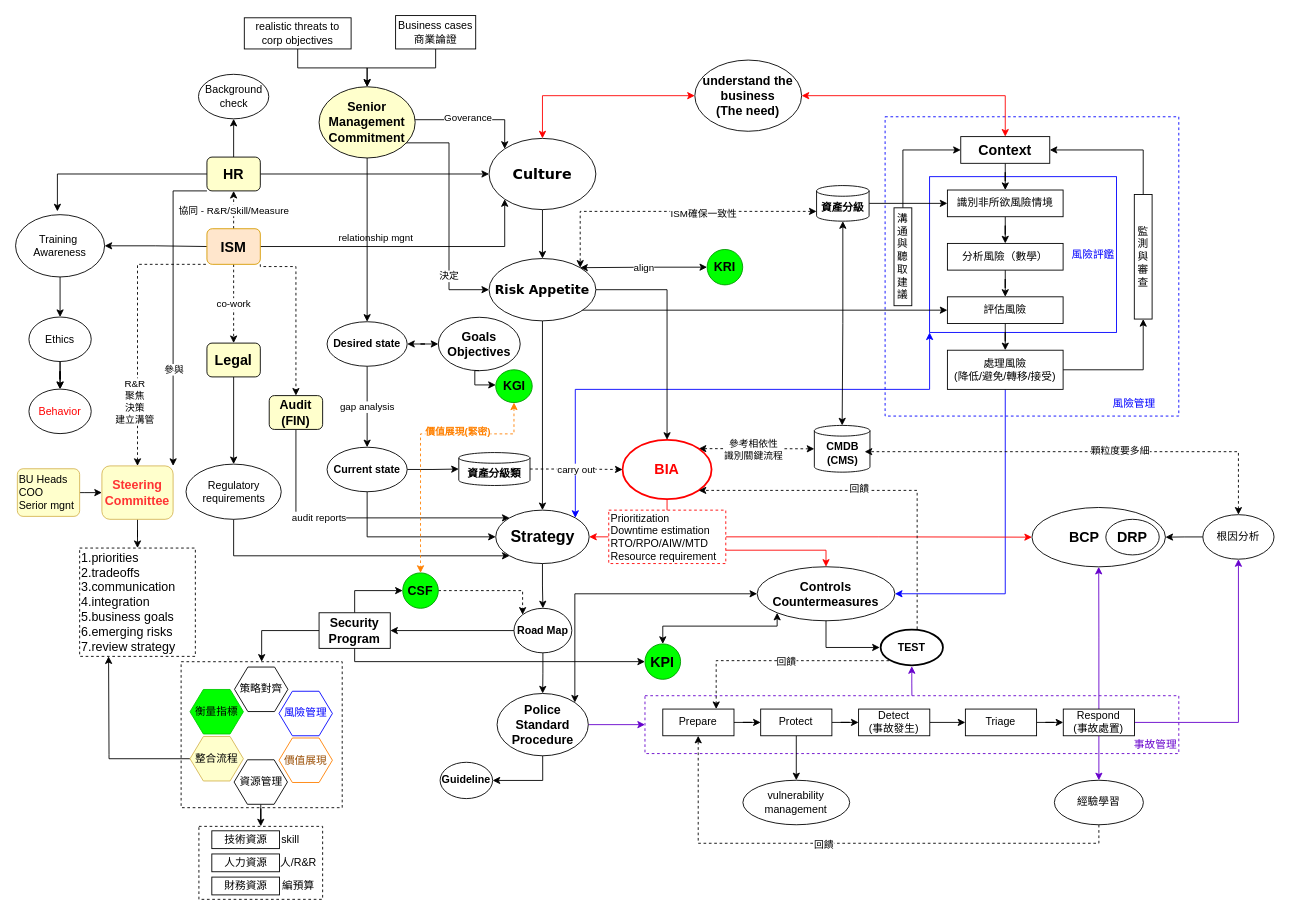
The draw.io diagram CISM.drawio in digipenguin/machinelearn-ndu, before the edit. Source tidied: cells renumbered, new cells numbered last; positions are measured from the earlier drawing's top-left corner, leaving out a move shared by most shapes. Both pictures are drawn from the tidied source at 89%, with x=0, y=0 at pixel (15, 15).
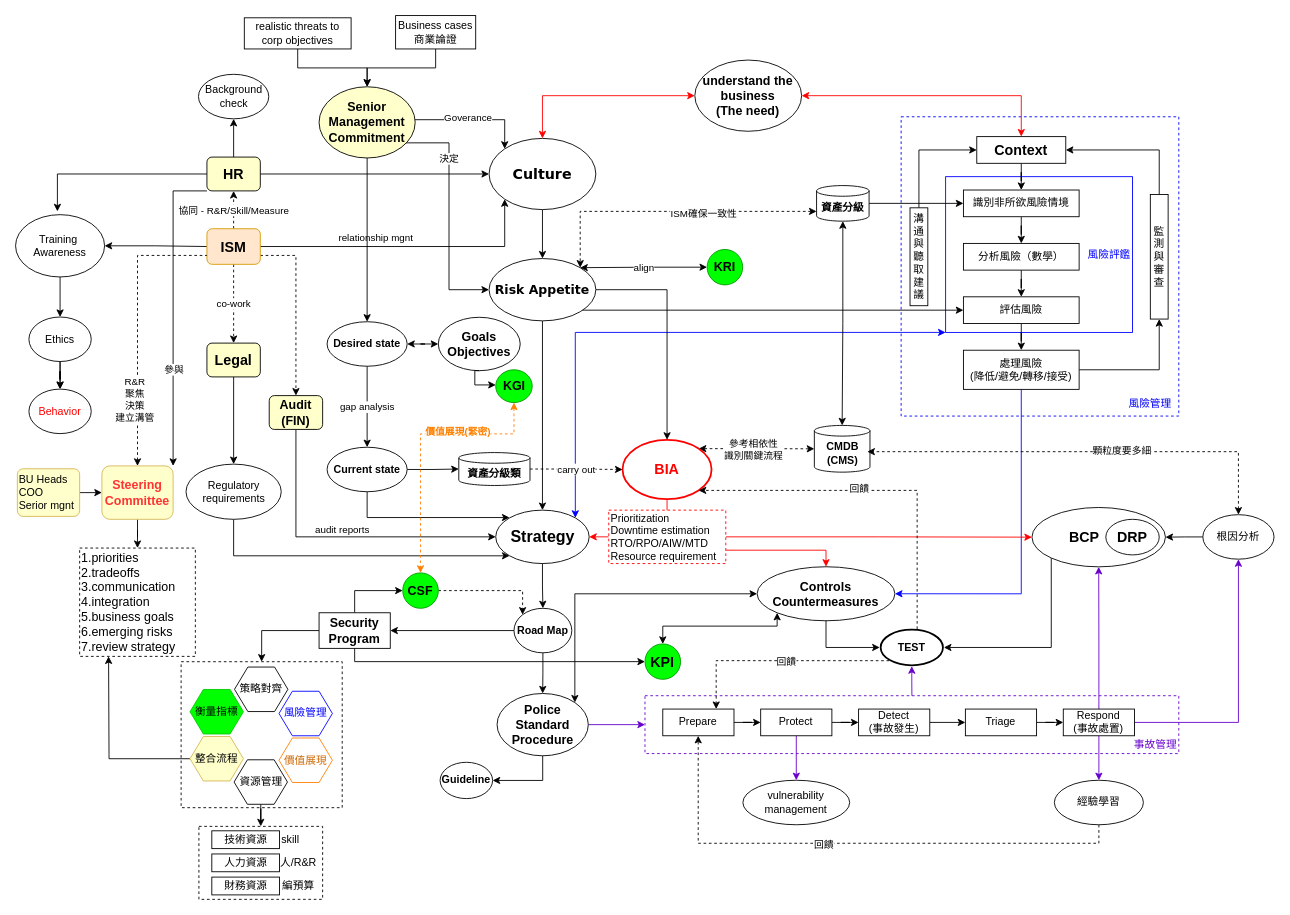
The same diagram, later.

The change refers to these unchanged cells:
```xml
<mxCell id="15" value="&lt;span&gt;&lt;font size=&quot;1&quot;&gt;&lt;b style=&quot;font-size: 14px&quot;&gt;Risk Appetite&lt;/b&gt;&lt;/font&gt;&lt;/span&gt;" style="ellipse;whiteSpace=wrap;html=1;rounded=0;shadow=0;comic=0;labelBackgroundColor=none;strokeWidth=1;fontFamily=Verdana;fontSize=12;align=center;" parent="1" vertex="1">
  <mxGeometry x="532" y="273" width="120" height="70" as="geometry" />
</mxCell>
<mxCell id="17" value="&lt;b&gt;&lt;font style=&quot;font-size: 18px&quot;&gt;Strategy&lt;/font&gt;&lt;/b&gt;" style="ellipse;whiteSpace=wrap;html=1;" parent="1" vertex="1">
  <mxGeometry x="539.5" y="555.7" width="105" height="60" as="geometry" />
</mxCell>
<mxCell id="31" value="&lt;b&gt;&lt;font style=&quot;font-size: 16px&quot;&gt;ISM&lt;/font&gt;&lt;/b&gt;" style="rounded=1;whiteSpace=wrap;html=1;fillColor=#ffe6cc;strokeColor=#d79b00;" parent="1" vertex="1">
  <mxGeometry x="215" y="239.5" width="60" height="40" as="geometry" />
</mxCell>
<mxCell id="56" value="Protect" style="rounded=0;whiteSpace=wrap;html=1;strokeColor=#000000;fillColor=#FFFFFF;" parent="1" vertex="1">
  <mxGeometry x="837.2" y="779.2" width="80" height="30" as="geometry" />
</mxCell>
<mxCell id="74" value="&lt;blockquote style=&quot;margin: 0 0 0 40px ; border: none ; padding: 0px&quot;&gt;&lt;font style=&quot;font-size: 16px&quot;&gt;&lt;b&gt;BCP&lt;/b&gt;&lt;/font&gt;&lt;/blockquote&gt;" style="ellipse;whiteSpace=wrap;html=1;strokeColor=#000000;fillColor=#FFFFFF;align=left;" parent="1" vertex="1">
  <mxGeometry x="1142" y="552.7" width="150" height="66.7" as="geometry" />
</mxCell>
<mxCell id="76" value="vulnerability&lt;br&gt;management" style="ellipse;whiteSpace=wrap;html=1;strokeColor=#000000;fillColor=#FFFFFF;" parent="1" vertex="1">
  <mxGeometry x="817.2" y="859.2" width="120" height="50" as="geometry" />
</mxCell>
<mxCell id="83" value="&lt;b&gt;Current state&lt;/b&gt;" style="ellipse;whiteSpace=wrap;html=1;strokeColor=#000000;fillColor=#FFFFFF;" parent="1" vertex="1">
  <mxGeometry x="350" y="485" width="90" height="50" as="geometry" />
</mxCell>
<mxCell id="90" value="根因分析" style="ellipse;whiteSpace=wrap;html=1;strokeColor=#000000;fillColor=#FFFFFF;" parent="1" vertex="1">
  <mxGeometry x="1334" y="560.8" width="80" height="50" as="geometry" />
</mxCell>
<mxCell id="98" value="&lt;b&gt;&lt;font style=&quot;font-size: 14px&quot;&gt;Controls&lt;br&gt;Countermeasures&lt;br&gt;&lt;/font&gt;&lt;/b&gt;" style="ellipse;whiteSpace=wrap;html=1;strokeColor=#000000;fillColor=none;gradientColor=none;" parent="1" vertex="1">
  <mxGeometry x="833.2" y="619.3" width="154.8" height="60.7" as="geometry" />
</mxCell>
<mxCell id="105" value="&lt;b&gt;資產分級&lt;/b&gt;" style="shape=cylinder3;whiteSpace=wrap;html=1;boundedLbl=1;backgroundOutline=1;size=6;fillColor=#FFFFFF;" parent="1" vertex="1">
  <mxGeometry x="900" y="191" width="59" height="40" as="geometry" />
</mxCell>
<mxCell id="108" value="&lt;b style=&quot;font-size: 14px&quot;&gt;Senior&lt;br&gt;Management&lt;br&gt;Commitment&lt;/b&gt;" style="ellipse;whiteSpace=wrap;html=1;fillColor=#FFFFCC;" parent="1" vertex="1">
  <mxGeometry x="341" y="80" width="108" height="80" as="geometry" />
</mxCell>
<mxCell id="115" value="&lt;font style=&quot;font-size: 14px&quot;&gt;&lt;b&gt;understand the business&lt;br&gt;(The need)&lt;br&gt;&lt;/b&gt;&lt;/font&gt;" style="ellipse;whiteSpace=wrap;html=1;" parent="1" vertex="1">
  <mxGeometry x="763.2" y="50" width="120" height="80" as="geometry" />
</mxCell>
<mxCell id="121" value="&lt;b style=&quot;font-size: 14px&quot;&gt;&lt;font color=&quot;#ff3333&quot;&gt;Steering&lt;br&gt;Committee&lt;/font&gt;&lt;/b&gt;" style="rounded=1;whiteSpace=wrap;html=1;strokeColor=#d6b656;fillColor=#FFFFCC;" parent="1" vertex="1">
  <mxGeometry x="97" y="506" width="80" height="60" as="geometry" />
</mxCell>
<mxCell id="126" value="&lt;b style=&quot;font-size: 14px&quot;&gt;&lt;font style=&quot;font-size: 14px&quot;&gt;Audit&lt;br&gt;(FIN)&lt;br&gt;&lt;/font&gt;&lt;/b&gt;" style="rounded=1;whiteSpace=wrap;html=1;fillColor=#FFFFCC;" parent="1" vertex="1">
  <mxGeometry x="285" y="427" width="60" height="38" as="geometry" />
</mxCell>
<mxCell id="144" value="&lt;b&gt;TEST&lt;/b&gt;" style="ellipse;whiteSpace=wrap;html=1;perimeterSpacing=1;strokeWidth=2;" parent="1" vertex="1">
  <mxGeometry x="972" y="690" width="70" height="40" as="geometry" />
</mxCell>
```

What changed in the source:
```diff
@@
     <mxCell id="4" value="&lt;div style=&quot;text-align: justify&quot;&gt;&lt;/div&gt;" style="rounded=0;whiteSpace=wrap;html=1;align=right;strokeColor=#0000FF;dashed=1;" parent="1" vertex="1">
-      <mxGeometry x="977" y="113.7" width="330" height="336.3" as="geometry" />
+      <mxGeometry x="995" y="113.7" width="312" height="336.3" as="geometry" />
     </mxCell>
@@
     <mxCell id="6" style="edgeStyle=orthogonalEdgeStyle;rounded=0;jettySize=auto;html=1;entryX=1;entryY=0;entryDx=0;entryDy=0;startArrow=classic;startFill=1;endArrow=classic;endFill=1;exitX=0;exitY=1;exitDx=0;exitDy=0;strokeColor=#0000FF;" parent="1" edge="1" source="7" target="17">
       <mxGeometry relative="1" as="geometry">
         <Array as="points">
-          <mxPoint x="1027" y="420" />
-          <mxPoint x="629" y="420" />
+          <mxPoint x="629" y="356" />
         </Array>
       </mxGeometry>
     </mxCell>
     <mxCell id="7" value="&lt;font color=&quot;#0000ff&quot;&gt;風險評鑑&lt;/font&gt;" style="rounded=0;whiteSpace=wrap;html=1;fillColor=#FFFFFF;align=right;strokeColor=#0000FF;" parent="1" vertex="1">
-      <mxGeometry x="1027" y="181" width="210" height="175" as="geometry" />
+      <mxGeometry x="1045" y="181" width="210" height="175" as="geometry" />
     </mxCell>
@@
-    <mxCell id="30" style="edgeStyle=orthogonalEdgeStyle;rounded=0;jettySize=auto;html=1;entryX=0.5;entryY=0;entryDx=0;entryDy=0;dashed=1;exitX=1;exitY=1;exitDx=0;exitDy=0;" parent="1" edge="1" source="31" target="126">
+    <mxCell id="30" style="edgeStyle=orthogonalEdgeStyle;rounded=0;jettySize=auto;html=1;entryX=0.5;entryY=0;entryDx=0;entryDy=0;dashed=1;exitX=1;exitY=0.75;exitDx=0;exitDy=0;" parent="1" edge="1" source="31" target="126">
       <mxGeometry relative="1" as="geometry">
         <Array as="points">
-          <mxPoint x="275" y="282" />
-          <mxPoint x="315" y="282" />
+          <mxPoint x="315" y="270" />
         </Array>
       </mxGeometry>
     </mxCell>
@@
     <mxCell id="38" value="&lt;b&gt;&lt;font style=&quot;font-size: 16px&quot;&gt;Context&lt;/font&gt;&lt;/b&gt;" style="rounded=0;whiteSpace=wrap;html=1;fillColor=#FFFFFF;" parent="1" vertex="1">
-      <mxGeometry x="1062" y="136" width="100" height="30" as="geometry" />
+      <mxGeometry x="1080" y="136" width="100" height="30" as="geometry" />
     </mxCell>
@@
     <mxCell id="40" value="識別非所欲風險情境" style="rounded=0;whiteSpace=wrap;html=1;fillColor=#FFFFFF;" parent="1" vertex="1">
-      <mxGeometry x="1047" y="196" width="130" height="30" as="geometry" />
+      <mxGeometry x="1065" y="196" width="130" height="30" as="geometry" />
     </mxCell>
@@
     <mxCell id="42" value="分析風險（數學）" style="rounded=0;whiteSpace=wrap;html=1;fillColor=#FFFFFF;" parent="1" vertex="1">
-      <mxGeometry x="1047" y="256" width="130" height="30" as="geometry" />
+      <mxGeometry x="1065" y="256" width="130" height="30" as="geometry" />
     </mxCell>
@@
     <mxCell id="44" value="評估風險" style="rounded=0;whiteSpace=wrap;html=1;fillColor=#FFFFFF;" parent="1" vertex="1">
-      <mxGeometry x="1047" y="316" width="130" height="30" as="geometry" />
+      <mxGeometry x="1065" y="316" width="130" height="30" as="geometry" />
     </mxCell>
@@
     <mxCell id="46" style="edgeStyle=orthogonalEdgeStyle;rounded=0;jettySize=auto;html=1;entryX=1;entryY=0.5;entryDx=0;entryDy=0;startArrow=none;startFill=0;endArrow=classic;endFill=1;exitX=0.5;exitY=1;exitDx=0;exitDy=0;strokeColor=#0000FF;" parent="1" edge="1" source="47" target="98">
       <mxGeometry relative="1" as="geometry">
         <Array as="points">
-          <mxPoint x="1112" y="650" />
+          <mxPoint x="1130" y="650" />
         </Array>
       </mxGeometry>
     </mxCell>
     <mxCell id="47" value="處理風險&lt;br&gt;(降低/避免/轉移/接受)" style="rounded=0;whiteSpace=wrap;html=1;fillColor=#FFFFFF;" parent="1" vertex="1">
-      <mxGeometry x="1047" y="376" width="130" height="44" as="geometry" />
+      <mxGeometry x="1065" y="376" width="130" height="44" as="geometry" />
     </mxCell>
     <mxCell id="48" style="edgeStyle=orthogonalEdgeStyle;rounded=0;jettySize=auto;html=1;entryX=0;entryY=0.5;entryDx=0;entryDy=0;exitX=0.5;exitY=0;exitDx=0;exitDy=0;" parent="1" edge="1" source="49" target="38">
       <mxGeometry relative="1" as="geometry">
         <Array as="points">
-          <mxPoint x="997" y="151" />
+          <mxPoint x="1015" y="151" />
         </Array>
       </mxGeometry>
     </mxCell>
     <mxCell id="49" value="溝通與聽取建議" style="rounded=0;whiteSpace=wrap;html=1;fillColor=#FFFFFF;" parent="1" vertex="1">
-      <mxGeometry x="987" y="216" width="20" height="110" as="geometry" />
+      <mxGeometry x="1005" y="216" width="20" height="110" as="geometry" />
     </mxCell>
     <mxCell id="50" style="edgeStyle=orthogonalEdgeStyle;rounded=0;jettySize=auto;html=1;entryX=1;entryY=0.5;entryDx=0;entryDy=0;" parent="1" edge="1" source="51" target="38">
       <mxGeometry relative="1" as="geometry">
         <Array as="points">
-          <mxPoint x="1267" y="151" />
+          <mxPoint x="1285" y="151" />
         </Array>
       </mxGeometry>
     </mxCell>
     <mxCell id="51" value="監測與審查" style="rounded=0;whiteSpace=wrap;html=1;fillColor=#FFFFFF;" parent="1" vertex="1">
-      <mxGeometry x="1257" y="201" width="20" height="140" as="geometry" />
+      <mxGeometry x="1275" y="201" width="20" height="140" as="geometry" />
     </mxCell>
@@
-    <mxCell id="55" style="edgeStyle=orthogonalEdgeStyle;rounded=0;jettySize=auto;html=1;startArrow=none;startFill=0;endArrow=classic;endFill=1;" parent="1" edge="1" source="56" target="76">
+    <mxCell id="55" style="edgeStyle=orthogonalEdgeStyle;rounded=0;jettySize=auto;html=1;startArrow=none;startFill=0;endArrow=classic;endFill=1;strokeColor=#6600CC;" parent="1" edge="1" source="56" target="76">
       <mxGeometry relative="1" as="geometry" />
     </mxCell>
@@
+    <mxCell id="167" style="edgeStyle=orthogonalEdgeStyle;rounded=0;jettySize=auto;html=1;exitX=0;exitY=1;exitDx=0;exitDy=0;entryX=1;entryY=0.5;entryDx=0;entryDy=0;" parent="1" edge="1" source="74" target="144">
+      <mxGeometry relative="1" as="geometry">
+        <Array as="points">
+          <mxPoint x="1164" y="710" />
+        </Array>
+      </mxGeometry>
+    </mxCell>
@@
-    <mxCell id="81" style="edgeStyle=orthogonalEdgeStyle;rounded=0;jettySize=auto;html=1;entryX=0;entryY=0.5;entryDx=0;entryDy=0;startArrow=none;startFill=0;endArrow=classic;endFill=1;exitX=0.5;exitY=1;exitDx=0;exitDy=0;" parent="1" edge="1" source="83" target="17">
+    <mxCell id="81" style="edgeStyle=orthogonalEdgeStyle;rounded=0;jettySize=auto;html=1;startArrow=none;startFill=0;endArrow=classic;endFill=1;exitX=0.5;exitY=1;exitDx=0;exitDy=0;" parent="1" edge="1" source="83">
       <mxGeometry relative="1" as="geometry">
+        <mxPoint x="555" y="564" as="targetPoint" />
         <Array as="points">
-          <mxPoint x="395" y="586" />
+          <mxPoint x="395" y="564" />
         </Array>
       </mxGeometry>
     </mxCell>
@@
     <mxCell id="87" style="edgeStyle=orthogonalEdgeStyle;rounded=0;jettySize=auto;html=1;startArrow=classic;startFill=1;endArrow=classic;endFill=1;strokeColor=#000000;dashed=1;exitX=0.5;exitY=0;exitDx=0;exitDy=0;" parent="1" edge="1" source="90">
       <mxGeometry relative="1" as="geometry">
-        <mxPoint x="954" y="490" as="targetPoint" />
+        <mxPoint x="957" y="490" as="targetPoint" />
         <Array as="points">
           <mxPoint x="1374" y="490" />
         </Array>
       </mxGeometry>
     </mxCell>
@@
     <mxCell id="93" value="決定" style="edgeStyle=orthogonalEdgeStyle;rounded=0;jettySize=auto;html=1;startArrow=none;startFill=0;endArrow=classic;endFill=1;entryX=0;entryY=0.5;entryDx=0;entryDy=0;exitX=1;exitY=1;exitDx=0;exitDy=0;" parent="1" edge="1" source="108" target="15">
-      <mxGeometry x="0.55" relative="1" as="geometry">
+      <mxGeometry x="-0.43" relative="1" as="geometry">
         <Array as="points">
           <mxPoint x="433" y="143" />
           <mxPoint x="487" y="143" />
           <mxPoint x="487" y="308" />
         </Array>
       </mxGeometry>
     </mxCell>
@@
-    <mxCell id="102" style="edgeStyle=orthogonalEdgeStyle;rounded=0;jettySize=auto;html=1;entryX=0;entryY=0.5;entryDx=0;entryDy=0;startArrow=none;startFill=0;endArrow=classic;endFill=1;strokeColor=#000000;" parent="1" edge="1" source="105" target="40">
+    <mxCell id="102" style="edgeStyle=orthogonalEdgeStyle;rounded=0;jettySize=auto;html=1;entryX=0;entryY=0.5;entryDx=0;entryDy=0;startArrow=none;startFill=0;endArrow=classic;endFill=1;strokeColor=#000000;exitX=1;exitY=0.5;exitDx=0;exitDy=0;exitPerimeter=0;" parent="1" edge="1" source="105" target="40">
       <mxGeometry relative="1" as="geometry" />
     </mxCell>
@@
     <mxCell id="114" value="&lt;font color=&quot;#0000ff&quot;&gt;風險管理&lt;/font&gt;" style="text;html=1;strokeColor=none;fillColor=none;align=center;verticalAlign=middle;whiteSpace=wrap;rounded=0;dashed=1;rotation=0;" parent="1" vertex="1">
-      <mxGeometry x="1226.8" y="426" width="60.2" height="20" as="geometry" />
+      <mxGeometry x="1244.8" y="426" width="60.2" height="20" as="geometry" />
     </mxCell>
@@
     <mxCell id="116" style="edgeStyle=orthogonalEdgeStyle;rounded=0;jettySize=auto;html=1;exitX=0.5;exitY=0;exitDx=0;exitDy=0;startArrow=classic;startFill=1;endArrow=classic;endFill=1;strokeColor=#FF0000;" parent="1" edge="1" source="38" target="115">
       <mxGeometry relative="1" as="geometry">
         <Array as="points">
-          <mxPoint x="1112" y="90" />
+          <mxPoint x="1130" y="90" />
         </Array>
       </mxGeometry>
     </mxCell>
@@
-    <mxCell id="118" style="edgeStyle=orthogonalEdgeStyle;rounded=0;jettySize=auto;html=1;entryX=0;entryY=1;entryDx=0;entryDy=0;startArrow=classic;startFill=1;exitX=0.5;exitY=0;exitDx=0;exitDy=0;endArrow=none;endFill=0;dashed=1;" parent="1" edge="1" source="121" target="31">
+    <mxCell id="118" style="edgeStyle=orthogonalEdgeStyle;rounded=0;jettySize=auto;html=1;entryX=0;entryY=0.75;entryDx=0;entryDy=0;startArrow=classic;startFill=1;exitX=0.5;exitY=0;exitDx=0;exitDy=0;endArrow=none;endFill=0;dashed=1;" parent="1" edge="1" source="121" target="31">
       <mxGeometry relative="1" as="geometry">
         <Array as="points">
-          <mxPoint x="137" y="280" />
+          <mxPoint x="137" y="270" />
         </Array>
       </mxGeometry>
     </mxCell>
@@
-    <mxCell id="124" style="edgeStyle=orthogonalEdgeStyle;rounded=0;jettySize=auto;html=1;entryX=0;entryY=0;entryDx=0;entryDy=0;" parent="1" edge="1" source="126" target="17">
+    <mxCell id="124" style="edgeStyle=orthogonalEdgeStyle;rounded=0;jettySize=auto;html=1;entryX=0;entryY=0.5;entryDx=0;entryDy=0;" parent="1" edge="1" source="126" target="17">
       <mxGeometry relative="1" as="geometry">
         <Array as="points">
-          <mxPoint x="315" y="564" />
+          <mxPoint x="315" y="586" />
         </Array>
       </mxGeometry>
     </mxCell>
     <mxCell id="125" value="audit reports" style="edgeLabel;html=1;align=center;verticalAlign=middle;" parent="124" vertex="1">
       <mxGeometry x="-0.27" y="1" relative="1" as="geometry">
-        <mxPoint x="1" as="offset" />
+        <mxPoint x="46.7" y="-7.6" as="offset" />
       </mxGeometry>
     </mxCell>
@@
-    <mxCell id="154" value="&lt;font color=&quot;#994c00&quot;&gt;價值展現&lt;/font&gt;" style="shape=hexagon;html=1;whiteSpace=wrap;perimeter=hexagonPerimeter;rounded=0;strokeColor=#FF8000;" parent="1" vertex="1">
+    <mxCell id="154" value="&lt;font color=&quot;#cc6600&quot;&gt;價值展現&lt;/font&gt;" style="shape=hexagon;html=1;whiteSpace=wrap;perimeter=hexagonPerimeter;rounded=0;strokeColor=#FF8000;" parent="1" vertex="1">
       <mxGeometry x="296" y="811.7" width="60" height="50" as="geometry" />
     </mxCell>
```
